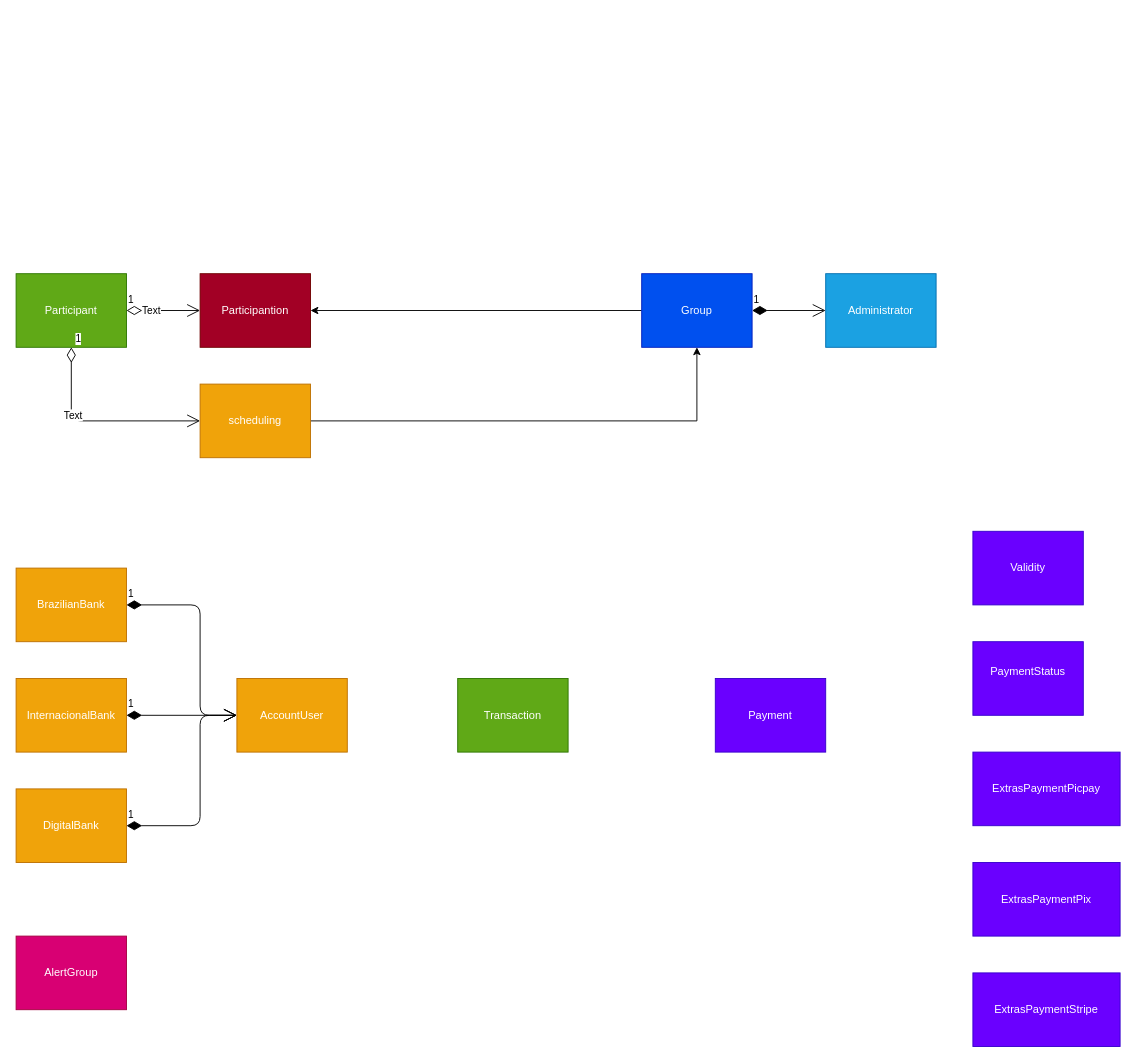
Above: page "Entity model" (1 of 5) of SharEver_Mentor.drawio in hoiama/UML (draw.io), before the change. Source tidied: cells renumbered, new cells numbered last; positions are measured from the earlier drawing's top-left corner, leaving out a move shared by most shapes. Both pictures are drawn from the tidied source at 92%, with x=0, y=0 at pixel (16, 273).
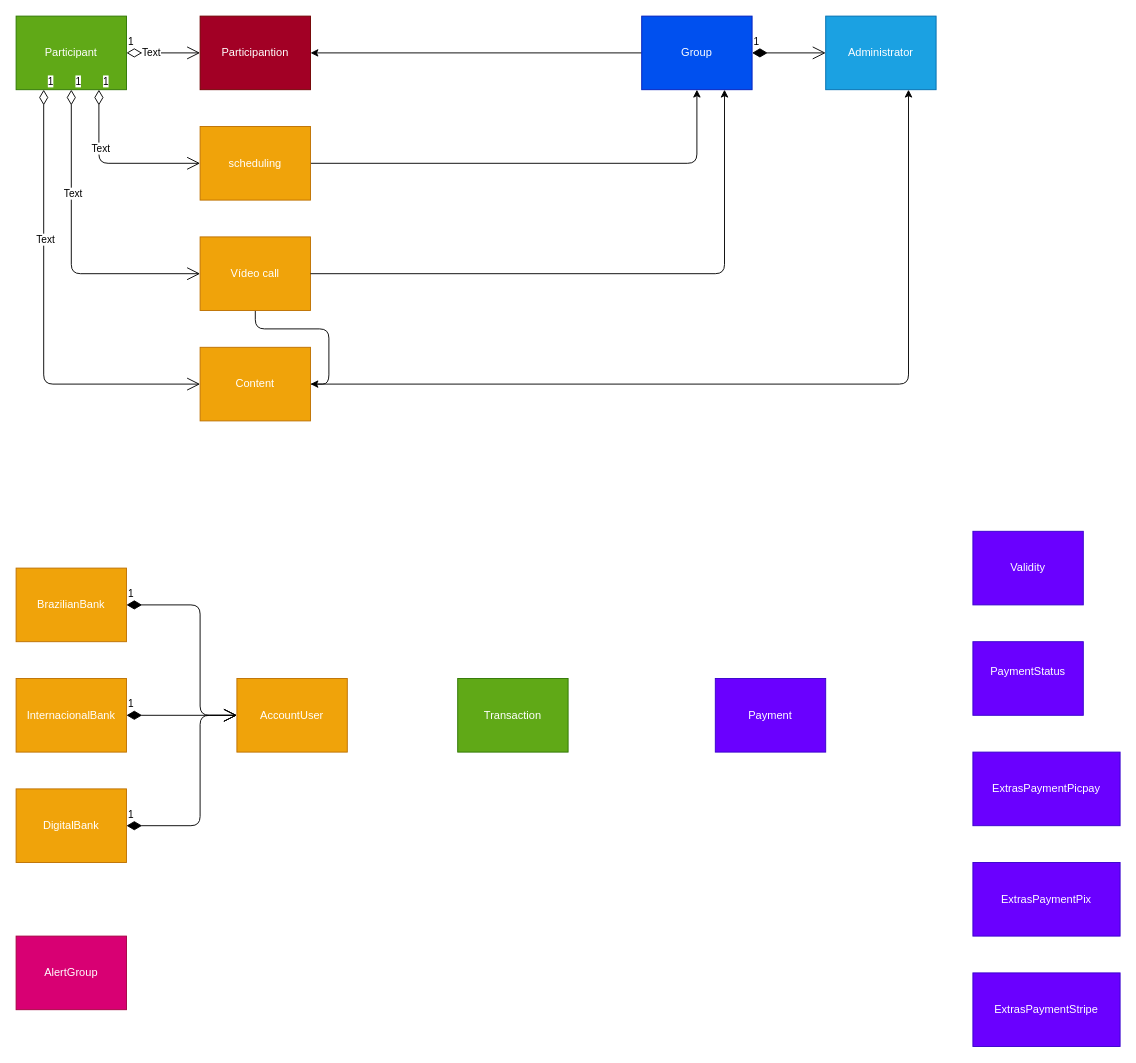
After the change.

Diff of the diagram source:
```diff
@@
     <mxCell id="9" value="Group" style="rounded=0;whiteSpace=wrap;html=1;fillColor=#0050ef;strokeColor=#001DBC;fontColor=#ffffff;" parent="1" vertex="1">
-      <mxGeometry x="680" width="120" height="80" as="geometry" />
+      <mxGeometry x="680" y="-280" width="120" height="80" as="geometry" />
     </mxCell>
     <mxCell id="10" value="&lt;div&gt;Administrator&lt;/div&gt;" style="rounded=0;whiteSpace=wrap;html=1;fillColor=#1ba1e2;strokeColor=#006EAF;fontColor=#ffffff;" parent="1" vertex="1">
-      <mxGeometry x="880" width="120" height="80" as="geometry" />
+      <mxGeometry x="880" y="-280" width="120" height="80" as="geometry" />
     </mxCell>
     <mxCell id="11" value="Participantion" style="rounded=0;whiteSpace=wrap;html=1;fillColor=#a20025;strokeColor=#6F0000;fontColor=#ffffff;" parent="1" vertex="1">
-      <mxGeometry x="200" width="120" height="80" as="geometry" />
+      <mxGeometry x="200" y="-280" width="120" height="80" as="geometry" />
     </mxCell>
     <mxCell id="12" value="&lt;div&gt;Participant&lt;/div&gt;" style="rounded=0;whiteSpace=wrap;html=1;fillColor=#60a917;strokeColor=#2D7600;fontColor=#ffffff;" parent="1" vertex="1">
-      <mxGeometry width="120" height="80" as="geometry" />
+      <mxGeometry y="-280" width="120" height="80" as="geometry" />
     </mxCell>
@@
-    <mxCell id="25" style="edgeStyle=orthogonalEdgeStyle;rounded=0;jettySize=auto;html=1;" parent="1" edge="1" source="26" target="9">
+    <mxCell id="25" style="edgeStyle=orthogonalEdgeStyle;rounded=1;jettySize=auto;html=1;" parent="1" edge="1" source="26" target="9">
       <mxGeometry relative="1" as="geometry" />
     </mxCell>
     <mxCell id="26" value="scheduling" style="rounded=0;whiteSpace=wrap;html=1;fillColor=#f0a30a;strokeColor=#BD7000;fontColor=#ffffff;" parent="1" vertex="1">
-      <mxGeometry x="200" y="120" width="120" height="80" as="geometry" />
+      <mxGeometry x="200" y="-160" width="120" height="80" as="geometry" />
     </mxCell>
-    <mxCell id="27" value="1" style="endArrow=open;html=1;endSize=12;startArrow=diamondThin;startSize=14;startFill=0;edgeStyle=orthogonalEdgeStyle;align=left;verticalAlign=bottom;entryX=0;entryY=0.5;entryDx=0;entryDy=0;exitX=0.5;exitY=1;exitDx=0;exitDy=0;" parent="1" edge="1" source="12" target="26">
+    <mxCell id="27" value="1" style="endArrow=open;html=1;endSize=12;startArrow=diamondThin;startSize=14;startFill=0;edgeStyle=orthogonalEdgeStyle;align=left;verticalAlign=bottom;entryX=0;entryY=0.5;entryDx=0;entryDy=0;exitX=0.75;exitY=1;exitDx=0;exitDy=0;" parent="1" edge="1" source="12" target="26">
       <mxGeometry x="-1" y="3" relative="1" as="geometry" />
     </mxCell>
@@
+    <mxCell id="29" style="edgeStyle=orthogonalEdgeStyle;rounded=1;jettySize=auto;html=1;fontColor=#B3B3B3;entryX=1;entryY=0.5;entryDx=0;entryDy=0;" parent="1" edge="1" source="30" target="32">
+      <mxGeometry relative="1" as="geometry" />
+    </mxCell>
+    <mxCell id="30" value="Vídeo call" style="rounded=0;whiteSpace=wrap;html=1;fillColor=#f0a30a;strokeColor=#BD7000;fontColor=#ffffff;" parent="1" vertex="1">
+      <mxGeometry x="200" y="-40" width="120" height="80" as="geometry" />
+    </mxCell>
+    <mxCell id="31" style="edgeStyle=orthogonalEdgeStyle;rounded=1;jettySize=auto;html=1;fontColor=#B3B3B3;entryX=0.75;entryY=1;entryDx=0;entryDy=0;" parent="1" edge="1" source="32" target="10">
+      <mxGeometry relative="1" as="geometry" />
+    </mxCell>
+    <mxCell id="32" value="Content" style="rounded=0;whiteSpace=wrap;html=1;fillColor=#f0a30a;strokeColor=#BD7000;fontColor=#ffffff;" parent="1" vertex="1">
+      <mxGeometry x="200" y="80" width="120" height="80" as="geometry" />
+    </mxCell>
+    <mxCell id="33" value="1" style="endArrow=open;html=1;endSize=12;startArrow=diamondThin;startSize=14;startFill=0;edgeStyle=orthogonalEdgeStyle;align=left;verticalAlign=bottom;entryX=0;entryY=0.5;entryDx=0;entryDy=0;exitX=0.5;exitY=1;exitDx=0;exitDy=0;" parent="1" edge="1" source="12" target="30">
+      <mxGeometry x="-1" y="3" relative="1" as="geometry">
+        <Array as="points">
+          <mxPoint x="60" />
+        </Array>
+      </mxGeometry>
+    </mxCell>
+    <mxCell id="34" value="Text" style="edgeLabel;html=1;align=center;verticalAlign=middle;" parent="33" vertex="1">
+      <mxGeometry x="-0.34" y="1" relative="1" as="geometry" />
+    </mxCell>
+    <mxCell id="35" value="1" style="endArrow=open;html=1;endSize=12;startArrow=diamondThin;startSize=14;startFill=0;edgeStyle=orthogonalEdgeStyle;align=left;verticalAlign=bottom;entryX=0;entryY=0.5;entryDx=0;entryDy=0;exitX=0.25;exitY=1;exitDx=0;exitDy=0;" parent="1" edge="1" source="12" target="32">
+      <mxGeometry x="-1" y="3" relative="1" as="geometry">
+        <Array as="points">
+          <mxPoint x="30" y="120" />
+        </Array>
+      </mxGeometry>
+    </mxCell>
+    <mxCell id="36" value="Text" style="edgeLabel;html=1;align=center;verticalAlign=middle;" parent="35" vertex="1">
+      <mxGeometry x="-0.34" y="1" relative="1" as="geometry" />
+    </mxCell>
+    <mxCell id="37" style="edgeStyle=orthogonalEdgeStyle;rounded=1;jettySize=auto;html=1;exitX=1;exitY=0.5;exitDx=0;exitDy=0;entryX=0.75;entryY=1;entryDx=0;entryDy=0;" parent="1" edge="1" source="30" target="9">
+      <mxGeometry relative="1" as="geometry" />
+    </mxCell>
```
